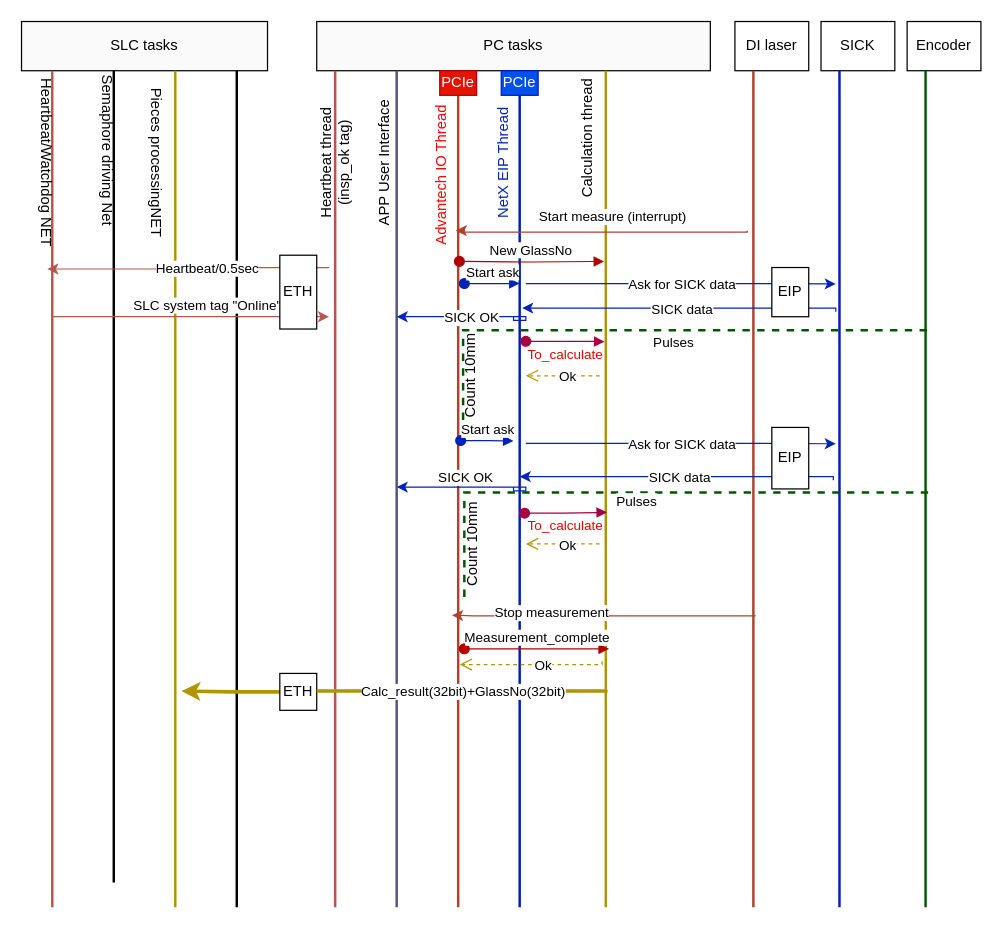
Before: page "High Level SEQ chart" (2 of 5) of Inspection Platform Dataflow.drawio in megavad/Diagrams, a draw.io diagram. Source tidied: cells renumbered, new cells numbered last; positions are measured from the earlier drawing's top-left corner, leaving out a move shared by most shapes. Both pictures are drawn from the tidied source at 123%, with x=0, y=0 at pixel (-53, 21).
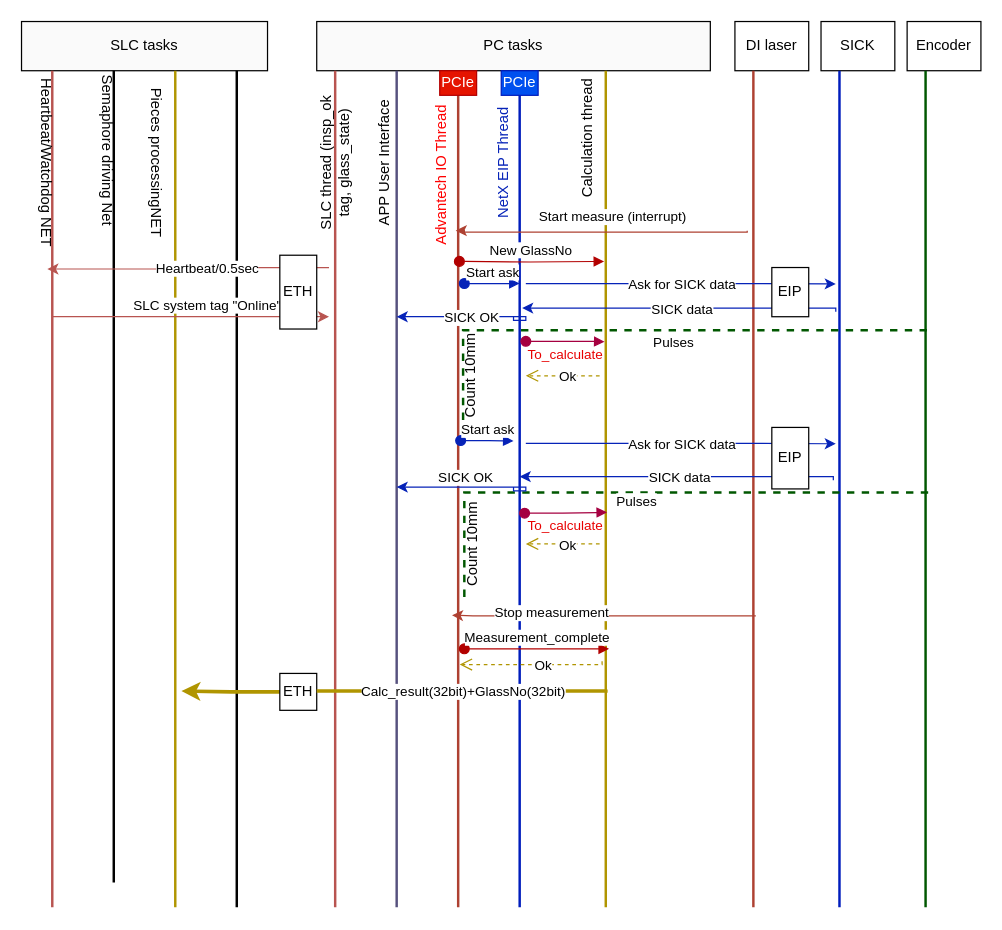
The same page after the edit.

What changed in the source:
```diff
@@
-    <mxCell id="37" value="Heartbeat thread (insp_ok tag)" style="text;html=1;strokeColor=none;fillColor=none;align=center;verticalAlign=middle;whiteSpace=wrap;rounded=0;fontColor=#030303;rotation=270;" parent="1" vertex="1">
+    <mxCell id="37" value="SLC&amp;nbsp;thread (insp_ok tag, glass_state)" style="text;html=1;strokeColor=none;fillColor=none;align=center;verticalAlign=middle;whiteSpace=wrap;rounded=0;fontColor=#030303;rotation=270;" parent="1" vertex="1">
       <mxGeometry x="250" y="100" width="130" height="30" as="geometry" />
     </mxCell>
```
